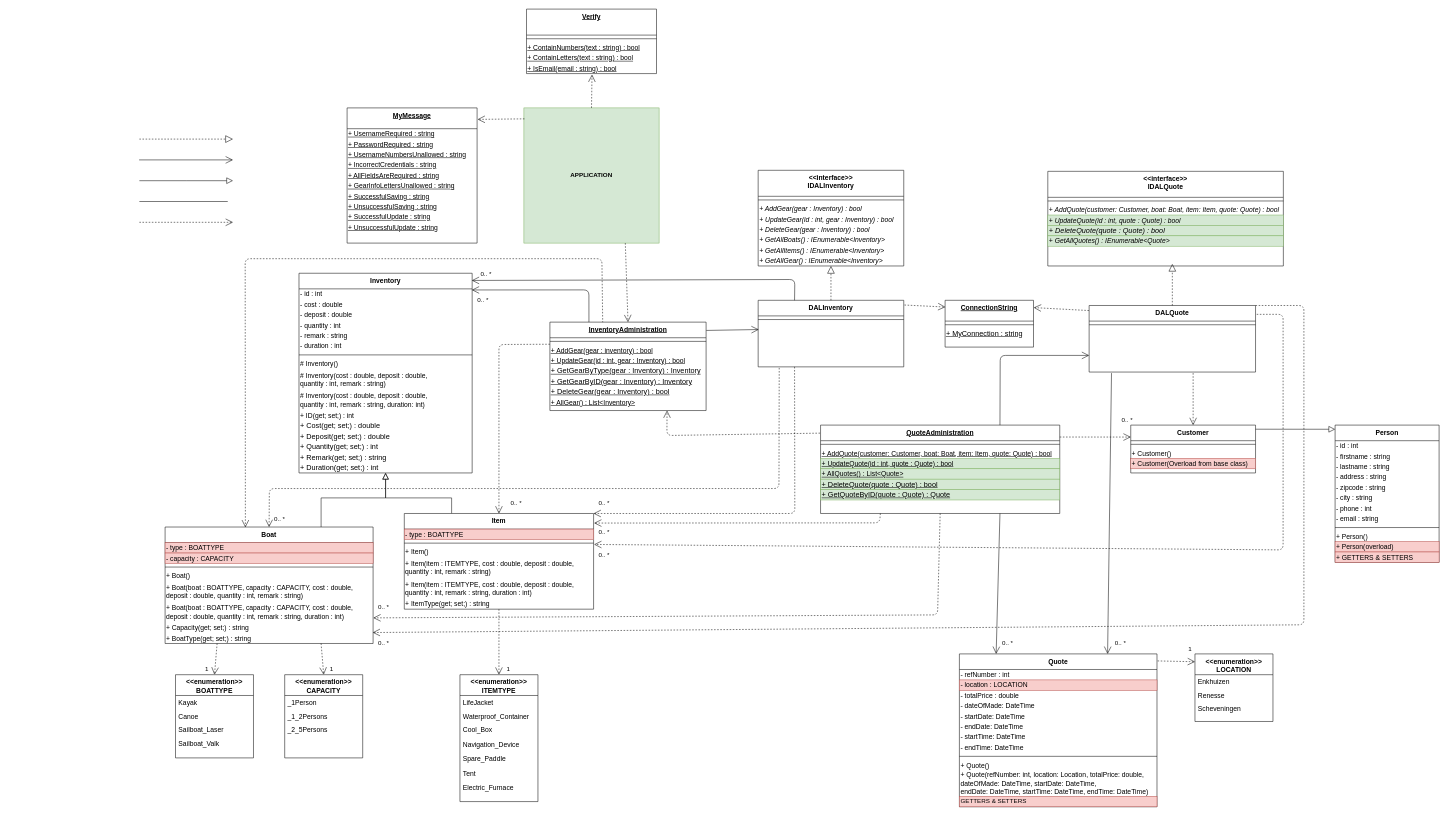
Above: Documentation/Synthesis Assignment.drawio in ismailchbiki/-t-Sloepke-B.V.-company (draw.io), before the change. Source tidied: cells renumbered, new cells numbered last; positions are measured from the earlier drawing's top-left corner, leaving out a move shared by most shapes. Both pictures are drawn from the tidied source at 52%, with x=0, y=0 at pixel (139, 9).
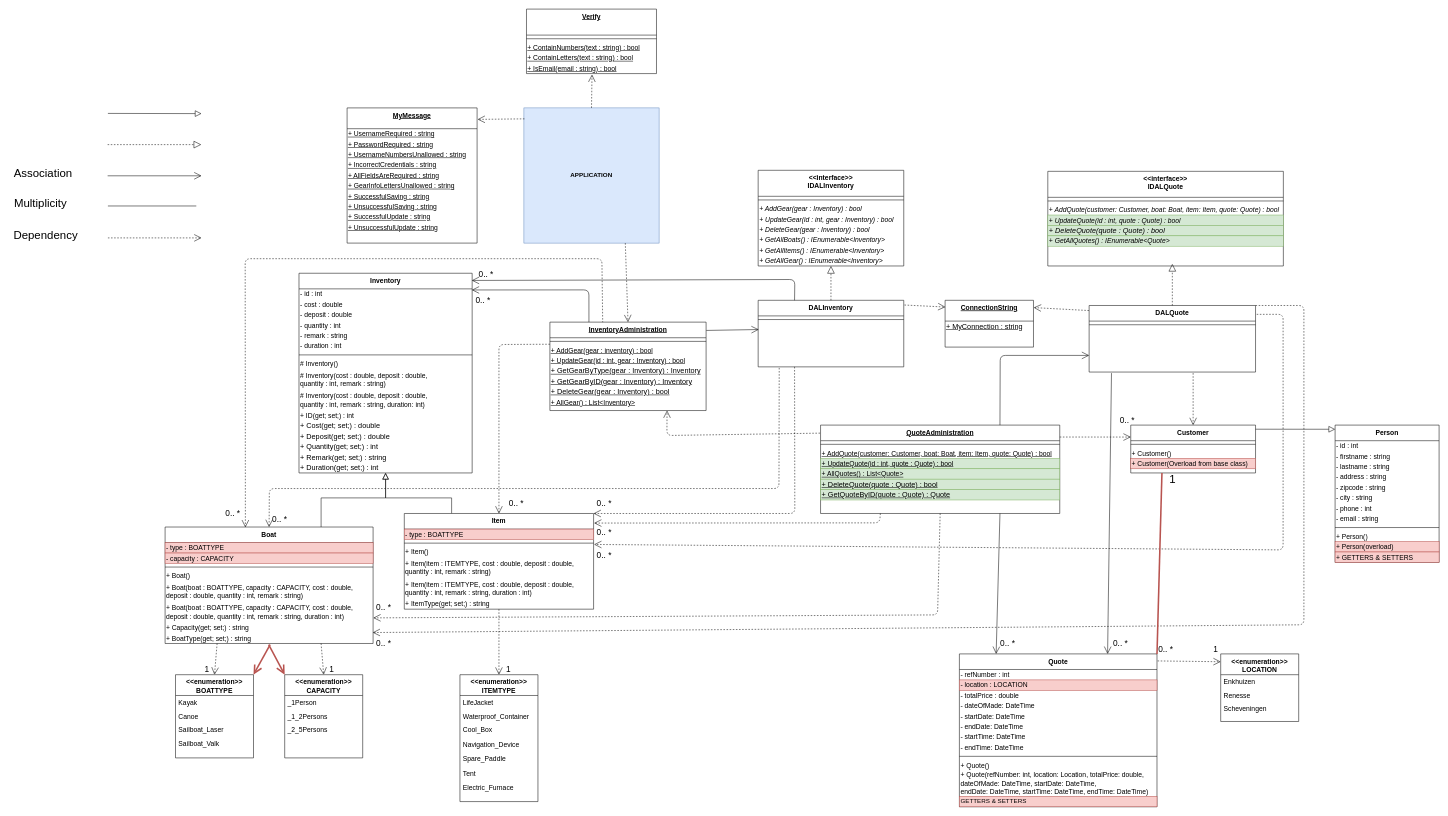
Above is the later version.

The change refers to these unchanged cells:
```xml
<mxCell id="22" value="&lt;&lt;enumeration&gt;&gt;&#10;BOATTYPE" style="swimlane;fontStyle=1;align=center;verticalAlign=top;horizontal=1;startSize=40;rounded=0;shadow=0;strokeWidth=1;fontSize=13;" parent="1" vertex="1">
  <mxGeometry x="70" y="1280" width="150" height="160" as="geometry" />
</mxCell>
<mxCell id="27" value="&lt;&lt;enumeration&gt;&gt;&#10;CAPACITY" style="swimlane;fontStyle=1;align=center;verticalAlign=top;horizontal=1;startSize=40;rounded=0;shadow=0;strokeWidth=1;fontSize=13;" parent="1" vertex="1">
  <mxGeometry x="280" y="1280" width="150" height="160" as="geometry" />
</mxCell>
<mxCell id="47" value="+ BoatType(get; set;) : string&amp;nbsp;" style="text;html=1;align=left;verticalAlign=middle;points=[];strokeColor=none;fillColor=none;fontStyle=0;fontSize=13;" parent="39" vertex="1">
  <mxGeometry y="204" width="400" height="20" as="geometry" />
</mxCell>
<mxCell id="90" value="ConnectionString" style="swimlane;fontStyle=5;align=center;verticalAlign=top;horizontal=1;startSize=40;rounded=0;shadow=0;strokeWidth=1;fontSize=13;" parent="1" vertex="1">
  <mxGeometry x="1550" y="560" width="170" height="90" as="geometry" />
</mxCell>
<mxCell id="123" value="Customer" style="swimlane;fontStyle=1;align=center;verticalAlign=top;horizontal=1;startSize=30;rounded=0;shadow=0;strokeWidth=1;fontSize=13;" parent="1" vertex="1">
  <mxGeometry x="1907" y="800" width="240" height="92" as="geometry" />
</mxCell>
<mxCell id="142" value="Quote" style="swimlane;fontStyle=1;align=center;verticalAlign=top;horizontal=1;startSize=30;rounded=0;shadow=0;strokeWidth=1;fontSize=13;" parent="1" vertex="1">
  <mxGeometry x="1577.5" y="1240" width="380" height="294" as="geometry" />
</mxCell>
```

Diff of the diagram source:
```diff
@@
     <mxCell id="2" style="endArrow=block;dashed=1;endFill=0;endSize=12;html=1;rounded=0;fontStyle=1;strokeWidth=1;fontSize=10;" parent="1" edge="1">
       <mxGeometry relative="1" as="geometry">
-        <mxPoint x="0.5" y="250" as="sourcePoint" />
-        <mxPoint x="180.5" y="250" as="targetPoint" />
+        <mxPoint x="-60.5" y="260.6" as="sourcePoint" />
+        <mxPoint x="119.5" y="260.6" as="targetPoint" />
       </mxGeometry>
     </mxCell>
     <mxCell id="3" style="endArrow=open;endFill=1;endSize=12;html=1;fontStyle=1;fontSize=10;strokeWidth=1;" parent="1" edge="1">
       <mxGeometry relative="1" as="geometry">
-        <mxPoint y="290" as="sourcePoint" />
-        <mxPoint x="180.5" y="290" as="targetPoint" />
+        <mxPoint x="-60.5" y="320.6" as="sourcePoint" />
+        <mxPoint x="120" y="320.6" as="targetPoint" />
       </mxGeometry>
     </mxCell>
     <mxCell id="4" style="endArrow=block;endSize=10;endFill=0;shadow=0;strokeWidth=1;rounded=0;edgeStyle=elbowEdgeStyle;elbow=vertical;fontStyle=0;fontSize=10;" parent="1" edge="1">
       <mxGeometry relative="1" as="geometry">
-        <mxPoint x="0.5" y="330" as="sourcePoint" />
-        <mxPoint x="180.5" y="330" as="targetPoint" />
+        <mxPoint x="-60" y="200.6" as="sourcePoint" />
+        <mxPoint x="120" y="200.6" as="targetPoint" />
       </mxGeometry>
     </mxCell>
     <mxCell id="5" style="endArrow=none;html=1;rounded=0;fontStyle=1;strokeWidth=1;fontSize=10;" parent="1" edge="1">
       <mxGeometry relative="1" as="geometry">
-        <mxPoint x="0.5" y="370" as="sourcePoint" />
-        <mxPoint x="170.5" y="370" as="targetPoint" />
+        <mxPoint x="-60" y="378.6" as="sourcePoint" />
+        <mxPoint x="110" y="378.6" as="targetPoint" />
       </mxGeometry>
     </mxCell>
     <mxCell id="6" style="endArrow=open;endSize=12;dashed=1;html=1;fontStyle=1;fontSize=13;exitX=0.5;exitY=0;exitDx=0;exitDy=0;" parent="1" edge="1">
       <mxGeometry relative="1" as="geometry">
-        <mxPoint x="0.5" y="410" as="sourcePoint" />
-        <mxPoint x="180.5" y="410" as="targetPoint" />
+        <mxPoint x="-60" y="440" as="sourcePoint" />
+        <mxPoint x="120" y="440" as="targetPoint" />
       </mxGeometry>
     </mxCell>
@@
-    <mxCell id="91" style="line;html=1;strokeWidth=1;align=left;verticalAlign=middle;spacingTop=-1;spacingLeft=3;spacingRight=3;labelPosition=right;fontStyle=0;fontSize=13;" parent="90" vertex="1">
-      <mxGeometry y="40" width="170" height="14" as="geometry" />
-    </mxCell>
     <mxCell id="92" value="+ MyConnection : string" style="text;html=1;align=left;verticalAlign=middle;strokeColor=none;fillColor=none;fontSize=14;fontStyle=4;" parent="90" vertex="1">
-      <mxGeometry y="54" width="170" height="20" as="geometry" />
+      <mxGeometry y="40" width="170" height="20" as="geometry" />
     </mxCell>
-    <mxCell id="93" value="1" style="text;html=1;align=center;verticalAlign=middle;strokeColor=none;fillColor=none;" parent="1" vertex="1">
+    <mxCell id="93" value="1" style="text;html=1;align=center;verticalAlign=middle;strokeColor=none;fillColor=none;fontSize=16;fontStyle=0;" parent="1" vertex="1">
       <mxGeometry x="120" y="1260" width="20" height="20" as="geometry" />
     </mxCell>
-    <mxCell id="94" value="1" style="text;html=1;align=center;verticalAlign=middle;strokeColor=none;fillColor=none;" parent="1" vertex="1">
+    <mxCell id="94" value="1" style="text;html=1;align=center;verticalAlign=middle;strokeColor=none;fillColor=none;fontSize=16;fontStyle=0;" parent="1" vertex="1">
       <mxGeometry x="360" y="1260" width="20" height="20" as="geometry" />
     </mxCell>
-    <mxCell id="95" value="1" style="text;html=1;align=center;verticalAlign=middle;strokeColor=none;fillColor=none;" parent="1" vertex="1">
+    <mxCell id="95" value="1" style="text;html=1;align=center;verticalAlign=middle;strokeColor=none;fillColor=none;fontSize=16;fontStyle=0;" parent="1" vertex="1">
       <mxGeometry x="700" y="1260" width="20" height="20" as="geometry" />
     </mxCell>
-    <mxCell id="96" value="0.. *" style="text;html=1;align=center;verticalAlign=middle;strokeColor=none;fillColor=none;" parent="1" vertex="1">
+    <mxCell id="96" value="0.. *" style="text;html=1;align=center;verticalAlign=middle;strokeColor=none;fillColor=none;fontSize=16;fontStyle=0;" parent="1" vertex="1">
       <mxGeometry x="874" y="940" width="40" height="20" as="geometry" />
     </mxCell>
-    <mxCell id="97" value="0.. *" style="text;html=1;align=center;verticalAlign=middle;strokeColor=none;fillColor=none;" parent="1" vertex="1">
+    <mxCell id="97" value="0.. *" style="text;html=1;align=center;verticalAlign=middle;strokeColor=none;fillColor=none;fontSize=16;fontStyle=0;" parent="1" vertex="1">
       <mxGeometry x="705" y="940" width="40" height="20" as="geometry" />
     </mxCell>
-    <mxCell id="98" value="0.. *" style="text;html=1;align=center;verticalAlign=middle;strokeColor=none;fillColor=none;" parent="1" vertex="1">
+    <mxCell id="98" value="0.. *" style="text;html=1;align=center;verticalAlign=middle;strokeColor=none;fillColor=none;fontSize=16;fontStyle=0;" parent="1" vertex="1">
       <mxGeometry x="647" y="500" width="40" height="20" as="geometry" />
     </mxCell>
-    <mxCell id="99" value="0.. *" style="text;html=1;align=center;verticalAlign=middle;strokeColor=none;fillColor=none;" parent="1" vertex="1">
+    <mxCell id="99" value="0.. *" style="text;html=1;align=center;verticalAlign=middle;strokeColor=none;fillColor=none;fontSize=16;fontStyle=0;" parent="1" vertex="1">
       <mxGeometry x="250" y="970" width="40" height="20" as="geometry" />
     </mxCell>
-    <mxCell id="100" value="0.. *" style="text;html=1;align=center;verticalAlign=middle;strokeColor=none;fillColor=none;" parent="1" vertex="1">
+    <mxCell id="100" value="0.. *" style="text;html=1;align=center;verticalAlign=middle;strokeColor=none;fillColor=none;fontSize=16;fontStyle=0;" parent="1" vertex="1">
       <mxGeometry x="874" y="996" width="40" height="20" as="geometry" />
     </mxCell>
-    <mxCell id="101" value="0.. *" style="text;html=1;align=center;verticalAlign=middle;strokeColor=none;fillColor=none;" parent="1" vertex="1">
+    <mxCell id="101" value="0.. *" style="text;html=1;align=center;verticalAlign=middle;strokeColor=none;fillColor=none;fontSize=16;fontStyle=0;" parent="1" vertex="1">
       <mxGeometry x="640.5" y="550" width="40" height="20" as="geometry" />
     </mxCell>
@@
     <mxCell id="155" value="&lt;&lt;enumeration&gt;&gt;&#10;LOCATION" style="swimlane;fontStyle=1;align=center;verticalAlign=top;horizontal=1;startSize=40;rounded=0;shadow=0;strokeWidth=1;fontSize=13;" parent="1" vertex="1">
-      <mxGeometry x="2030.5" y="1240" width="150" height="130" as="geometry" />
+      <mxGeometry x="2080" y="1240" width="150" height="130" as="geometry" />
     </mxCell>
@@
-    <mxCell id="159" value="APPLICATION" style="whiteSpace=wrap;html=1;fontStyle=1;fillColor=#d5e8d4;strokeColor=#82b366;" parent="1" vertex="1">
+    <mxCell id="159" value="APPLICATION" style="whiteSpace=wrap;html=1;fontStyle=1;fillColor=#dae8fc;strokeColor=#6c8ebf;" parent="1" vertex="1">
       <mxGeometry x="740" y="190" width="260" height="260" as="geometry" />
     </mxCell>
@@
-    <mxCell id="183" value="0.. *" style="text;html=1;align=center;verticalAlign=middle;strokeColor=none;fillColor=none;" parent="1" vertex="1">
+    <mxCell id="183" value="0.. *" style="text;html=1;align=center;verticalAlign=middle;strokeColor=none;fillColor=none;fontSize=16;fontStyle=0;" parent="1" vertex="1">
       <mxGeometry x="450" y="1140" width="40" height="20" as="geometry" />
     </mxCell>
-    <mxCell id="184" value="0.. *" style="text;html=1;align=center;verticalAlign=middle;strokeColor=none;fillColor=none;" parent="1" vertex="1">
+    <mxCell id="184" value="0.. *" style="text;html=1;align=center;verticalAlign=middle;strokeColor=none;fillColor=none;fontSize=16;fontStyle=0;" parent="1" vertex="1">
       <mxGeometry x="450" y="1209" width="40" height="20" as="geometry" />
     </mxCell>
@@
-    <mxCell id="186" value="0.. *" style="text;html=1;align=center;verticalAlign=middle;strokeColor=none;fillColor=none;" parent="1" vertex="1">
+    <mxCell id="186" value="0.. *" style="text;html=1;align=center;verticalAlign=middle;strokeColor=none;fillColor=none;fontSize=16;fontStyle=0;" parent="1" vertex="1">
       <mxGeometry x="874" y="1040" width="40" height="20" as="geometry" />
     </mxCell>
-    <mxCell id="187" value="0.. *" style="text;html=1;align=center;verticalAlign=middle;strokeColor=none;fillColor=none;" parent="1" vertex="1">
+    <mxCell id="187" value="0.. *" style="text;html=1;align=center;verticalAlign=middle;strokeColor=none;fillColor=none;fontSize=16;fontStyle=0;" parent="1" vertex="1">
       <mxGeometry x="1880" y="780" width="40" height="20" as="geometry" />
     </mxCell>
-    <mxCell id="188" value="0.. *" style="text;html=1;align=center;verticalAlign=middle;strokeColor=none;fillColor=none;" parent="1" vertex="1">
+    <mxCell id="188" value="0.. *" style="text;html=1;align=center;verticalAlign=middle;strokeColor=none;fillColor=none;fontSize=16;fontStyle=0;" parent="1" vertex="1">
       <mxGeometry x="1650" y="1209" width="40" height="20" as="geometry" />
     </mxCell>
-    <mxCell id="189" value="0.. *" style="text;html=1;align=center;verticalAlign=middle;strokeColor=none;fillColor=none;" parent="1" vertex="1">
+    <mxCell id="189" value="0.. *" style="text;html=1;align=center;verticalAlign=middle;strokeColor=none;fillColor=none;fontSize=16;fontStyle=0;" parent="1" vertex="1">
       <mxGeometry x="1867" y="1209" width="40" height="20" as="geometry" />
     </mxCell>
-    <mxCell id="190" value="1" style="text;html=1;align=center;verticalAlign=middle;strokeColor=none;fillColor=none;" parent="1" vertex="1">
-      <mxGeometry x="2010.5" y="1220" width="20" height="20" as="geometry" />
+    <mxCell id="190" value="1" style="text;html=1;align=center;verticalAlign=middle;strokeColor=none;fillColor=none;fontSize=16;fontStyle=0;" parent="1" vertex="1">
+      <mxGeometry x="2060" y="1220" width="20" height="20" as="geometry" />
     </mxCell>
+    <mxCell id="191" value="Association" style="text;html=1;align=center;verticalAlign=middle;strokeColor=none;fillColor=none;fontSize=22;" parent="1" vertex="1">
+      <mxGeometry x="-250.5" y="300.6" width="130" height="30" as="geometry" />
+    </mxCell>
+    <mxCell id="192" value="Multiplicity" style="text;html=1;align=center;verticalAlign=middle;strokeColor=none;fillColor=none;fontSize=22;" parent="1" vertex="1">
+      <mxGeometry x="-250.5" y="360" width="120" height="30" as="geometry" />
+    </mxCell>
+    <mxCell id="193" value="Dependency" style="text;html=1;align=center;verticalAlign=middle;strokeColor=none;fillColor=none;fontSize=22;" parent="1" vertex="1">
+      <mxGeometry x="-250.5" y="420" width="140" height="30" as="geometry" />
+    </mxCell>
+    <mxCell id="194" style="endArrow=none;html=1;rounded=0;fontStyle=1;strokeWidth=3;fontSize=10;entryX=0.25;entryY=1;entryDx=0;entryDy=0;exitX=1;exitY=0;exitDx=0;exitDy=0;fillColor=#f8cecc;strokeColor=#b85450;" parent="1" edge="1" source="142" target="123">
+      <mxGeometry relative="1" as="geometry" />
+    </mxCell>
+    <mxCell id="195" value="0.. *" style="text;html=1;align=center;verticalAlign=middle;strokeColor=none;fillColor=none;fontSize=16;fontStyle=0;" parent="1" vertex="1">
+      <mxGeometry x="1954" y="1220" width="40" height="20" as="geometry" />
+    </mxCell>
+    <mxCell id="196" value="1" style="text;html=1;align=center;verticalAlign=middle;strokeColor=none;fillColor=none;fontSize=22;" parent="1" vertex="1">
+      <mxGeometry x="1972" y="890" width="30" height="30" as="geometry" />
+    </mxCell>
+    <mxCell id="197" value="0.. *" style="text;html=1;align=center;verticalAlign=middle;strokeColor=none;fillColor=none;fontSize=16;fontStyle=0;" parent="1" vertex="1">
+      <mxGeometry x="160" y="960" width="40" height="20" as="geometry" />
+    </mxCell>
+    <mxCell id="198" style="endArrow=open;endFill=1;endSize=12;html=1;fontStyle=1;fontSize=10;strokeWidth=3;exitX=0.505;exitY=1.114;exitDx=0;exitDy=0;exitPerimeter=0;entryX=1;entryY=0;entryDx=0;entryDy=0;fillColor=#f8cecc;strokeColor=#b85450;" parent="1" edge="1" source="47" target="22">
+      <mxGeometry relative="1" as="geometry" />
+    </mxCell>
+    <mxCell id="199" style="endArrow=open;endFill=1;endSize=12;html=1;fontStyle=1;fontSize=10;strokeWidth=3;exitX=0.498;exitY=1.114;exitDx=0;exitDy=0;exitPerimeter=0;entryX=0;entryY=0;entryDx=0;entryDy=0;fillColor=#f8cecc;strokeColor=#b85450;" parent="1" edge="1" source="47" target="27">
+      <mxGeometry relative="1" as="geometry" />
+    </mxCell>
```
